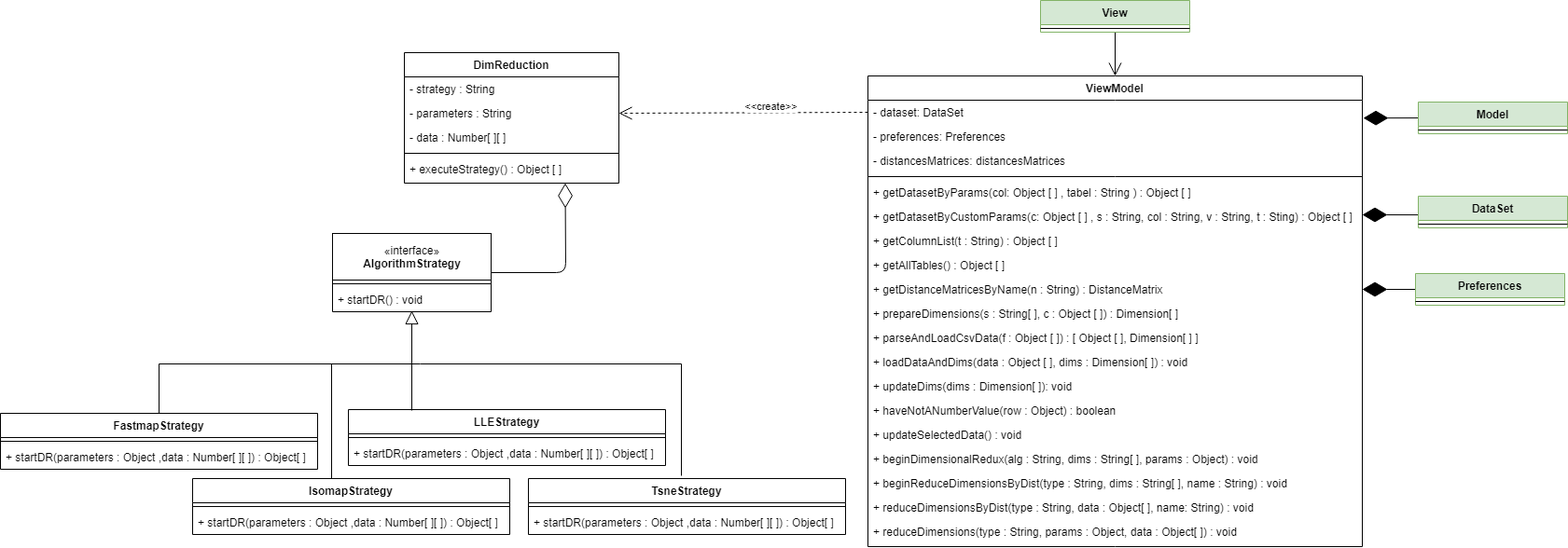
Above: DocEsterna/AllegatoTecnico/Images/Allegato Tecnico-ViewModel.png in CodeBusterswe/CodeBusters-Docs (draw.io), before the change. Source tidied: cells renumbered, new cells last; positions are measured from the earlier drawing's top-left corner, leaving out a move shared by most shapes.
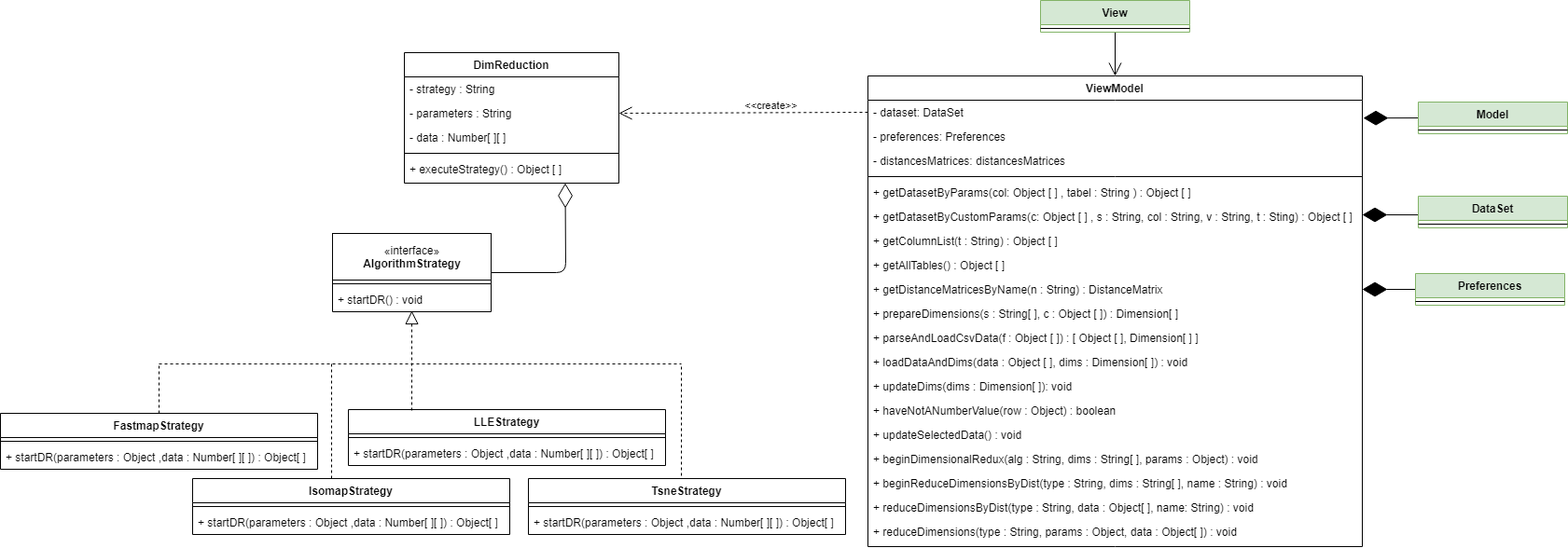
Later version of the same file.

The edit, as a diff of the source:
```diff
@@ -189,29 +189,29 @@
     <mxCell id="58" value="+ startDR(parameters : Object ,data : Number[ ][ ]) : Object[ ]" style="text;strokeColor=none;fillColor=none;align=left;verticalAlign=top;spacingLeft=4;spacingRight=4;overflow=hidden;" parent="56" vertex="1">
       <mxGeometry y="34" width="340" height="26" as="geometry" />
     </mxCell>
-    <mxCell id="59" style="endArrow=block;endFill=0;endSize=12;html=1;strokeColor=#000000;entryX=0.5;entryY=0.962;entryDx=0;entryDy=0;entryPerimeter=0;" parent="1" edge="1" target="46">
+    <mxCell id="59" style="endArrow=block;endFill=0;endSize=12;html=1;strokeColor=#000000;entryX=0.5;entryY=0.962;entryDx=0;entryDy=0;entryPerimeter=0;dashed=1;" parent="1" edge="1" target="46">
       <mxGeometry relative="1" as="geometry">
         <mxPoint x="441" y="440" as="sourcePoint" />
       </mxGeometry>
     </mxCell>
-    <mxCell id="60" style="endArrow=none;endFill=0;endSize=12;html=1;" parent="1" edge="1">
+    <mxCell id="60" style="endArrow=none;endFill=0;endSize=12;html=1;dashed=1;" parent="1" edge="1">
       <mxGeometry relative="1" as="geometry">
         <mxPoint x="170" y="390" as="sourcePoint" />
         <mxPoint x="730" y="390" as="targetPoint" />
       </mxGeometry>
     </mxCell>
-    <mxCell id="61" style="endArrow=none;endFill=0;endSize=12;html=1;exitX=0.5;exitY=0;exitDx=0;exitDy=0;" parent="1" edge="1" source="47">
+    <mxCell id="61" style="endArrow=none;endFill=0;endSize=12;html=1;exitX=0.5;exitY=0;exitDx=0;exitDy=0;dashed=1;" parent="1" edge="1" source="47">
       <mxGeometry relative="1" as="geometry">
         <mxPoint x="170" y="390" as="targetPoint" />
       </mxGeometry>
     </mxCell>
-    <mxCell id="62" style="endArrow=none;endFill=0;endSize=12;html=1;exitX=0.5;exitY=0;exitDx=0;exitDy=0;" parent="1" edge="1">
+    <mxCell id="62" style="endArrow=none;endFill=0;endSize=12;html=1;exitX=0.5;exitY=0;exitDx=0;exitDy=0;dashed=1;" parent="1" edge="1">
       <mxGeometry relative="1" as="geometry">
         <mxPoint x="355" y="513" as="sourcePoint" />
         <mxPoint x="355" y="390" as="targetPoint" />
       </mxGeometry>
     </mxCell>
-    <mxCell id="63" style="endArrow=none;endFill=0;endSize=12;html=1;" parent="1" edge="1">
+    <mxCell id="63" style="endArrow=none;endFill=0;endSize=12;html=1;dashed=1;" parent="1" edge="1">
       <mxGeometry relative="1" as="geometry">
         <mxPoint x="730" y="510" as="sourcePoint" />
         <mxPoint x="730" y="390" as="targetPoint" />
```
